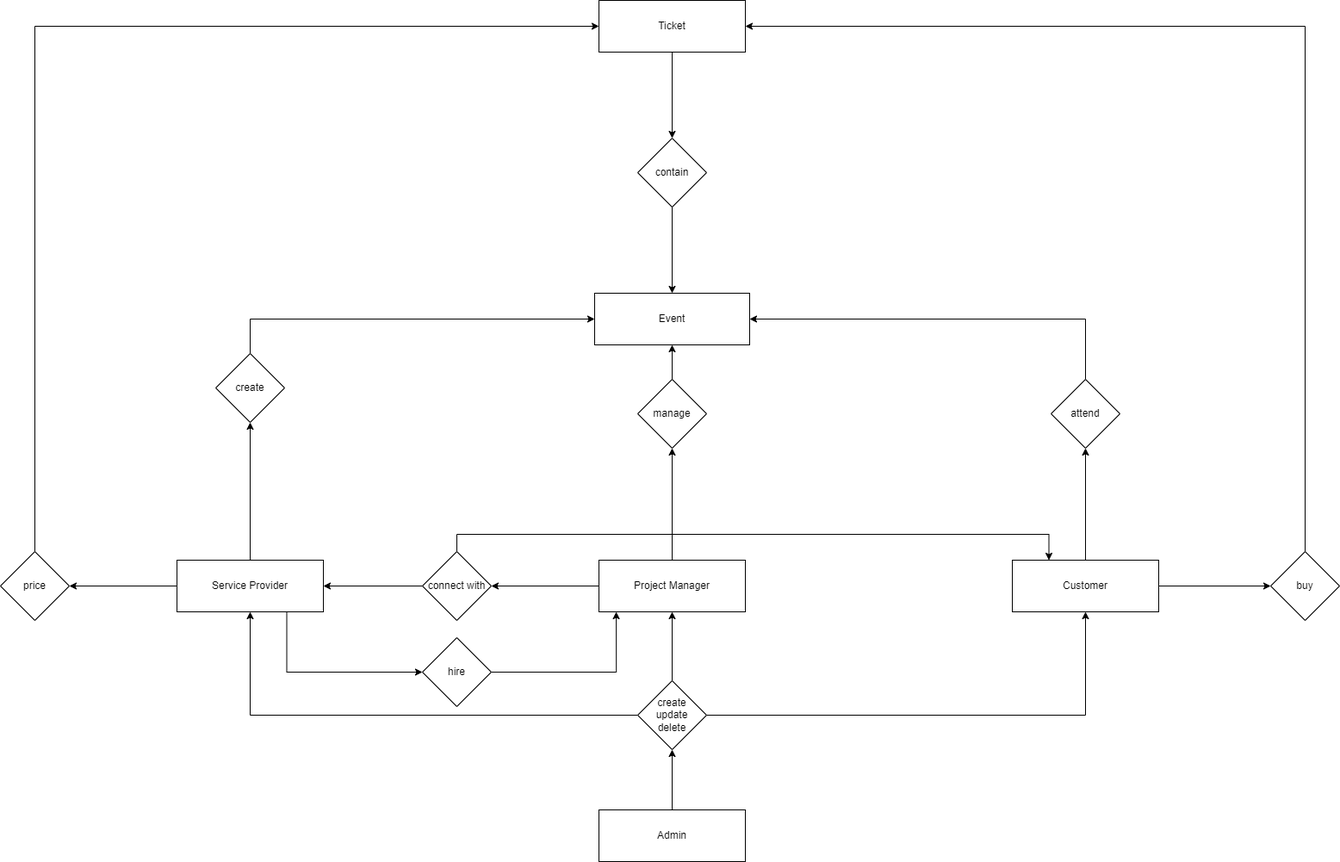
Above: Design/ERD/database_erd_first_draft.png in Boodyahmedhamdy/Eventus (draw.io), before the change. Source tidied: cells renumbered, new cells last; positions are measured from the earlier drawing's top-left corner, leaving out a move shared by most shapes.
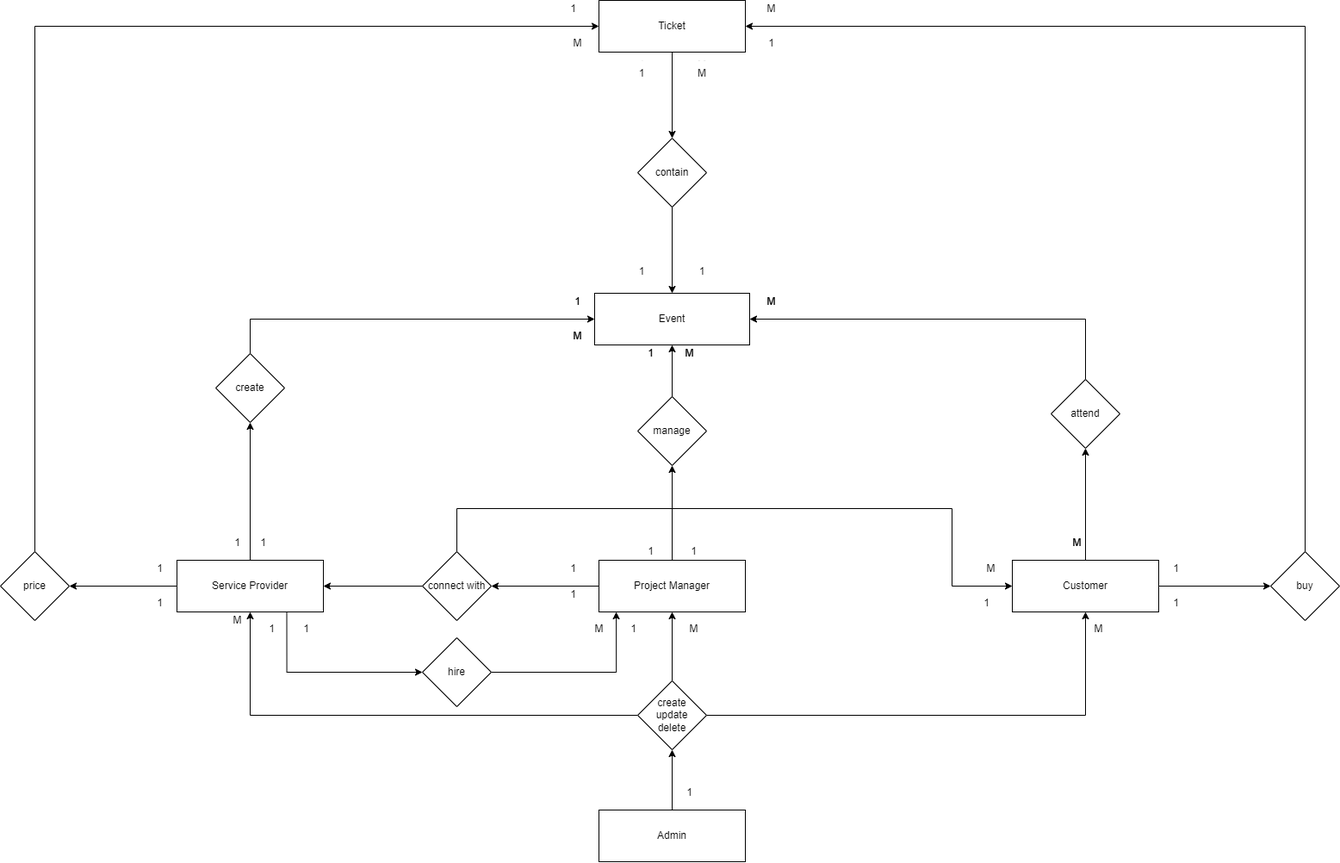
The same file after the commit.

Commit message:
added relations ratio

What changed in the source:
```diff
@@ -35,7 +35,7 @@
     <mxCell id="12" value="Project Manager" style="whiteSpace=wrap;html=1;" parent="1" vertex="1">
       <mxGeometry x="695" y="650" width="170" height="60" as="geometry" />
     </mxCell>
-    <mxCell id="13" style="edgeStyle=orthogonalEdgeStyle;rounded=0;jettySize=auto;html=1;" parent="1" edge="1" source="14" target="20">
+    <mxCell id="13" style="edgeStyle=orthogonalEdgeStyle;rounded=0;jettySize=auto;html=1;exitX=0.5;exitY=1;exitDx=0;exitDy=0;entryX=0.5;entryY=0;entryDx=0;entryDy=0;" parent="1" edge="1" source="14" target="20">
       <mxGeometry relative="1" as="geometry" />
     </mxCell>
     <mxCell id="14" value="Ticket" style="whiteSpace=wrap;html=1;" parent="1" vertex="1">
@@ -63,7 +63,7 @@
       <mxGeometry relative="1" as="geometry" />
     </mxCell>
     <mxCell id="22" value="manage" style="rhombus;whiteSpace=wrap;html=1;" parent="1" vertex="1">
-      <mxGeometry x="740" y="440" width="80" height="80" as="geometry" />
+      <mxGeometry x="740" y="460" width="80" height="80" as="geometry" />
     </mxCell>
     <mxCell id="23" style="edgeStyle=orthogonalEdgeStyle;rounded=0;jettySize=auto;html=1;exitX=0.5;exitY=0;exitDx=0;exitDy=0;entryX=1;entryY=0.5;entryDx=0;entryDy=0;" parent="1" edge="1" source="24" target="5">
       <mxGeometry relative="1" as="geometry" />
@@ -98,8 +98,14 @@
     <mxCell id="33" style="edgeStyle=orthogonalEdgeStyle;rounded=0;jettySize=auto;html=1;exitX=0;exitY=0.5;exitDx=0;exitDy=0;entryX=1;entryY=0.5;entryDx=0;entryDy=0;" parent="1" edge="1" source="35" target="9">
       <mxGeometry relative="1" as="geometry" />
     </mxCell>
-    <mxCell id="34" style="edgeStyle=orthogonalEdgeStyle;rounded=0;jettySize=auto;html=1;exitX=0.5;exitY=0;exitDx=0;exitDy=0;entryX=0.25;entryY=0;entryDx=0;entryDy=0;" parent="1" edge="1" source="35" target="4">
-      <mxGeometry relative="1" as="geometry" />
+    <mxCell id="34" style="edgeStyle=orthogonalEdgeStyle;rounded=0;jettySize=auto;html=1;exitX=0.5;exitY=0;exitDx=0;exitDy=0;entryX=0;entryY=0.5;entryDx=0;entryDy=0;" parent="1" edge="1" source="35" target="4">
+      <mxGeometry relative="1" as="geometry">
+        <Array as="points">
+          <mxPoint x="530" y="590" />
+          <mxPoint x="1105" y="590" />
+          <mxPoint x="1105" y="680" />
+        </Array>
+      </mxGeometry>
     </mxCell>
     <mxCell id="35" value="connect with" style="rhombus;whiteSpace=wrap;html=1;" parent="1" vertex="1">
       <mxGeometry x="490" y="640" width="80" height="80" as="geometry" />
@@ -110,5 +116,170 @@
     <mxCell id="37" value="hire" style="rhombus;whiteSpace=wrap;html=1;" parent="1" vertex="1">
       <mxGeometry x="490" y="740" width="80" height="80" as="geometry" />
     </mxCell>
+    <mxCell id="38" value="1" style="text;html=1;strokeColor=none;fillColor=#FFFFFF;align=center;verticalAlign=middle;whiteSpace=wrap;rounded=0;" parent="1" vertex="1">
+      <mxGeometry x="785" y="300" width="60" height="30" as="geometry" />
+    </mxCell>
+    <mxCell id="39" value="M" style="text;html=1;strokeColor=none;fillColor=none;align=center;verticalAlign=middle;whiteSpace=wrap;rounded=0;" parent="1" vertex="1">
+      <mxGeometry x="785" y="60" width="60" height="30" as="geometry" />
+    </mxCell>
+    <mxCell id="40" value="1" style="text;html=1;strokeColor=none;fillColor=none;align=center;verticalAlign=middle;whiteSpace=wrap;rounded=0;" parent="1" vertex="1">
+      <mxGeometry x="715" y="60" width="60" height="30" as="geometry" />
+    </mxCell>
+    <mxCell id="41" value="1" style="text;html=1;strokeColor=none;fillColor=none;align=center;verticalAlign=middle;whiteSpace=wrap;rounded=0;" parent="1" vertex="1">
+      <mxGeometry x="715" y="300" width="60" height="30" as="geometry" />
+    </mxCell>
+    <mxCell id="42" value="M" style="text;html=1;align=center;verticalAlign=middle;whiteSpace=wrap;rounded=0;fillColor=default;" parent="1" vertex="1">
+      <mxGeometry x="785" y="70" width="60" height="30" as="geometry" />
+    </mxCell>
+    <mxCell id="43" value="1" style="text;html=1;align=center;verticalAlign=middle;whiteSpace=wrap;rounded=0;fillColor=default;" parent="1" vertex="1">
+      <mxGeometry x="715" y="70" width="60" height="30" as="geometry" />
+    </mxCell>
+    <mxCell id="44" value="1" style="text;html=1;align=center;verticalAlign=middle;whiteSpace=wrap;rounded=0;fillColor=default;" parent="1" vertex="1">
+      <mxGeometry x="715" y="300" width="60" height="30" as="geometry" />
+    </mxCell>
+    <mxCell id="45" value="1" style="text;html=1;align=center;verticalAlign=middle;strokeColor=none;fillColor=none;" parent="1" vertex="1">
+      <mxGeometry x="1355" y="690" width="20" height="20" as="geometry" />
+    </mxCell>
+    <mxCell id="46" value="M" style="text;html=1;align=center;verticalAlign=middle;strokeColor=none;fillColor=none;" parent="1" vertex="1">
+      <mxGeometry x="880" width="30" height="20" as="geometry" />
+    </mxCell>
+    <mxCell id="47" value="1" style="text;html=1;align=center;verticalAlign=middle;strokeColor=none;fillColor=none;" parent="1" vertex="1">
+      <mxGeometry x="885" y="40" width="20" height="20" as="geometry" />
+    </mxCell>
+    <mxCell id="48" value="1" style="text;html=1;align=center;verticalAlign=middle;strokeColor=none;fillColor=none;" parent="1" vertex="1">
+      <mxGeometry x="1355" y="650" width="20" height="20" as="geometry" />
+    </mxCell>
+    <mxCell id="49" value="1" style="text;html=1;align=center;verticalAlign=middle;strokeColor=none;fillColor=none;" parent="1" vertex="1">
+      <mxGeometry x="175" y="690" width="20" height="20" as="geometry" />
+    </mxCell>
+    <mxCell id="50" value="M" style="text;html=1;align=center;verticalAlign=middle;strokeColor=none;fillColor=none;" parent="1" vertex="1">
+      <mxGeometry x="655" y="40" width="30" height="20" as="geometry" />
+    </mxCell>
+    <mxCell id="51" value="1" style="text;html=1;align=center;verticalAlign=middle;strokeColor=none;fillColor=none;" parent="1" vertex="1">
+      <mxGeometry x="655" width="20" height="20" as="geometry" />
+    </mxCell>
+    <mxCell id="52" value="1" style="text;html=1;align=center;verticalAlign=middle;strokeColor=none;fillColor=none;" parent="1" vertex="1">
+      <mxGeometry x="175" y="650" width="20" height="20" as="geometry" />
+    </mxCell>
+    <mxCell id="53" value="1" style="text;html=1;align=center;verticalAlign=middle;strokeColor=none;fillColor=none;" parent="1" vertex="1">
+      <mxGeometry x="295" y="620" width="20" height="20" as="geometry" />
+    </mxCell>
+    <mxCell id="54" value="M" style="text;html=1;align=center;verticalAlign=middle;strokeColor=none;fillColor=none;" parent="1" vertex="1">
+      <mxGeometry x="655" y="380" width="30" height="20" as="geometry" />
+    </mxCell>
+    <mxCell id="55" value="1" style="text;html=1;align=center;verticalAlign=middle;strokeColor=none;fillColor=none;" parent="1" vertex="1">
+      <mxGeometry x="660" y="340" width="20" height="20" as="geometry" />
+    </mxCell>
+    <mxCell id="56" value="1" style="text;html=1;align=center;verticalAlign=middle;strokeColor=none;fillColor=none;" parent="1" vertex="1">
+      <mxGeometry x="265" y="620" width="20" height="20" as="geometry" />
+    </mxCell>
+    <mxCell id="57" value="M" style="text;html=1;align=center;verticalAlign=middle;strokeColor=none;fillColor=none;" parent="1" vertex="1">
+      <mxGeometry x="880" y="340" width="30" height="20" as="geometry" />
+    </mxCell>
+    <mxCell id="58" value="M" style="text;html=1;align=center;verticalAlign=middle;strokeColor=none;fillColor=none;" parent="1" vertex="1">
+      <mxGeometry x="1235" y="620" width="30" height="20" as="geometry" />
+    </mxCell>
+    <mxCell id="59" value="1" style="text;html=1;align=center;verticalAlign=middle;strokeColor=none;fillColor=none;" parent="1" vertex="1">
+      <mxGeometry x="745" y="400" width="20" height="20" as="geometry" />
+    </mxCell>
+    <mxCell id="60" value="1" style="text;html=1;align=center;verticalAlign=middle;strokeColor=none;fillColor=none;" parent="1" vertex="1">
+      <mxGeometry x="745" y="630" width="20" height="20" as="geometry" />
+    </mxCell>
+    <mxCell id="61" value="1" style="text;html=1;align=center;verticalAlign=middle;strokeColor=none;fillColor=none;" parent="1" vertex="1">
+      <mxGeometry x="795" y="630" width="20" height="20" as="geometry" />
+    </mxCell>
+    <mxCell id="62" value="M" style="text;html=1;align=center;verticalAlign=middle;strokeColor=none;fillColor=none;" parent="1" vertex="1">
+      <mxGeometry x="785" y="400" width="30" height="20" as="geometry" />
+    </mxCell>
+    <mxCell id="63" value="1" style="text;html=1;align=center;verticalAlign=middle;strokeColor=none;fillColor=none;" parent="1" vertex="1">
+      <mxGeometry x="655" y="650" width="20" height="20" as="geometry" />
+    </mxCell>
+    <mxCell id="64" value="M" style="text;html=1;align=center;verticalAlign=middle;strokeColor=none;fillColor=none;" parent="1" vertex="1">
+      <mxGeometry x="1135" y="650" width="30" height="20" as="geometry" />
+    </mxCell>
+    <mxCell id="65" value="1" style="text;html=1;align=center;verticalAlign=middle;strokeColor=none;fillColor=none;" parent="1" vertex="1">
+      <mxGeometry x="1135" y="690" width="20" height="20" as="geometry" />
+    </mxCell>
+    <mxCell id="66" value="1" style="text;html=1;align=center;verticalAlign=middle;strokeColor=none;fillColor=none;" parent="1" vertex="1">
+      <mxGeometry x="655" y="680" width="20" height="20" as="geometry" />
+    </mxCell>
+    <mxCell id="67" value="1" style="text;html=1;align=center;verticalAlign=middle;strokeColor=none;fillColor=none;" parent="1" vertex="1">
+      <mxGeometry x="345" y="720" width="20" height="20" as="geometry" />
+    </mxCell>
+    <mxCell id="68" value="M" style="text;html=1;align=center;verticalAlign=middle;strokeColor=none;fillColor=none;" parent="1" vertex="1">
+      <mxGeometry x="680" y="720" width="30" height="20" as="geometry" />
+    </mxCell>
+    <mxCell id="69" value="1" style="text;html=1;align=center;verticalAlign=middle;strokeColor=none;fillColor=none;" parent="1" vertex="1">
+      <mxGeometry x="305" y="720" width="20" height="20" as="geometry" />
+    </mxCell>
+    <mxCell id="70" value="1" style="text;html=1;align=center;verticalAlign=middle;strokeColor=none;fillColor=none;" parent="1" vertex="1">
+      <mxGeometry x="725" y="720" width="20" height="20" as="geometry" />
+    </mxCell>
+    <mxCell id="71" value="1" style="text;html=1;align=center;verticalAlign=middle;strokeColor=none;fillColor=none;" parent="1" vertex="1">
+      <mxGeometry x="790" y="910" width="20" height="20" as="geometry" />
+    </mxCell>
+    <mxCell id="72" value="M" style="text;html=1;align=center;verticalAlign=middle;strokeColor=none;fillColor=none;" parent="1" vertex="1">
+      <mxGeometry x="1260" y="720" width="30" height="20" as="geometry" />
+    </mxCell>
+    <mxCell id="73" value="M" style="text;html=1;align=center;verticalAlign=middle;strokeColor=none;fillColor=none;" parent="1" vertex="1">
+      <mxGeometry x="790" y="720" width="30" height="20" as="geometry" />
+    </mxCell>
+    <mxCell id="74" value="M" style="text;html=1;align=center;verticalAlign=middle;strokeColor=none;fillColor=none;" parent="1" vertex="1">
+      <mxGeometry x="260" y="710" width="30" height="20" as="geometry" />
+    </mxCell>
+    <mxCell id="75" value="1" style="text;html=1;align=center;verticalAlign=middle;strokeColor=none;fillColor=none;" parent="1" vertex="1">
+      <mxGeometry x="885" y="40" width="20" height="20" as="geometry" />
+    </mxCell>
+    <mxCell id="76" value="M" style="text;html=1;align=center;verticalAlign=middle;strokeColor=none;fillColor=none;" parent="1" vertex="1">
+      <mxGeometry x="880" width="30" height="20" as="geometry" />
+    </mxCell>
+    <mxCell id="77" value="M" style="text;html=1;align=center;verticalAlign=middle;whiteSpace=wrap;rounded=0;fillColor=default;" parent="1" vertex="1">
+      <mxGeometry x="785" y="70" width="60" height="30" as="geometry" />
+    </mxCell>
+    <mxCell id="78" value="1" style="text;html=1;align=center;verticalAlign=middle;whiteSpace=wrap;rounded=0;fillColor=default;" parent="1" vertex="1">
+      <mxGeometry x="715" y="70" width="60" height="30" as="geometry" />
+    </mxCell>
+    <mxCell id="79" value="M" style="text;html=1;align=center;verticalAlign=middle;strokeColor=none;fillColor=#FFFFFF;" parent="1" vertex="1">
+      <mxGeometry x="655" y="40" width="30" height="20" as="geometry" />
+    </mxCell>
+    <mxCell id="80" value="1" style="text;html=1;align=center;verticalAlign=middle;strokeColor=none;fillColor=#FFFFFF;" parent="1" vertex="1">
+      <mxGeometry x="655" width="20" height="20" as="geometry" />
+    </mxCell>
+    <mxCell id="81" value="1" style="text;html=1;strokeColor=none;fillColor=#FFFFFF;align=center;verticalAlign=middle;whiteSpace=wrap;rounded=0;" parent="1" vertex="1">
+      <mxGeometry x="785" y="300" width="60" height="30" as="geometry" />
+    </mxCell>
+    <mxCell id="82" value="1" style="text;html=1;align=center;verticalAlign=middle;whiteSpace=wrap;rounded=0;fillColor=default;" parent="1" vertex="1">
+      <mxGeometry x="715" y="300" width="60" height="30" as="geometry" />
+    </mxCell>
+    <mxCell id="83" value="1" style="text;html=1;align=center;verticalAlign=middle;strokeColor=none;fillColor=none;" parent="1" vertex="1">
+      <mxGeometry x="660" y="340" width="20" height="20" as="geometry" />
+    </mxCell>
+    <mxCell id="84" value="M" style="text;html=1;align=center;verticalAlign=middle;strokeColor=none;fillColor=none;" parent="1" vertex="1">
+      <mxGeometry x="655" y="380" width="30" height="20" as="geometry" />
+    </mxCell>
+    <mxCell id="85" value="M" style="text;html=1;align=center;verticalAlign=middle;strokeColor=none;fillColor=none;" parent="1" vertex="1">
+      <mxGeometry x="785" y="400" width="30" height="20" as="geometry" />
+    </mxCell>
+    <mxCell id="86" value="1" style="text;html=1;align=center;verticalAlign=middle;strokeColor=none;fillColor=none;" parent="1" vertex="1">
+      <mxGeometry x="745" y="400" width="20" height="20" as="geometry" />
+    </mxCell>
+    <mxCell id="87" value="M" style="text;html=1;align=center;verticalAlign=middle;strokeColor=none;fillColor=none;" parent="1" vertex="1">
+      <mxGeometry x="880" y="340" width="30" height="20" as="geometry" />
+    </mxCell>
+    <mxCell id="88" value="M" style="text;html=1;align=center;verticalAlign=middle;strokeColor=none;fillColor=none;" parent="1" vertex="1">
+      <mxGeometry x="1235" y="620" width="30" height="20" as="geometry" />
+    </mxCell>
+    <mxCell id="89" value="M" style="text;html=1;align=center;verticalAlign=middle;strokeColor=none;fillColor=#FFFFFF;" parent="1" vertex="1">
+      <mxGeometry x="880" width="30" height="20" as="geometry" />
+    </mxCell>
+    <mxCell id="90" value="1" style="text;html=1;align=center;verticalAlign=middle;strokeColor=none;fillColor=#FFFFFF;" parent="1" vertex="1">
+      <mxGeometry x="885" y="40" width="20" height="20" as="geometry" />
+    </mxCell>
+    <mxCell id="91" value="M" style="text;html=1;align=center;verticalAlign=middle;whiteSpace=wrap;rounded=0;fillColor=#FFFFFF;" parent="1" vertex="1">
+      <mxGeometry x="785" y="70" width="60" height="30" as="geometry" />
+    </mxCell>
+    <mxCell id="92" value="1" style="text;html=1;align=center;verticalAlign=middle;whiteSpace=wrap;rounded=0;fillColor=#FFFFFF;" parent="1" vertex="1">
+      <mxGeometry x="715" y="70" width="60" height="30" as="geometry" />
+    </mxCell>
   </root>
 </mxGraphModel>
```
